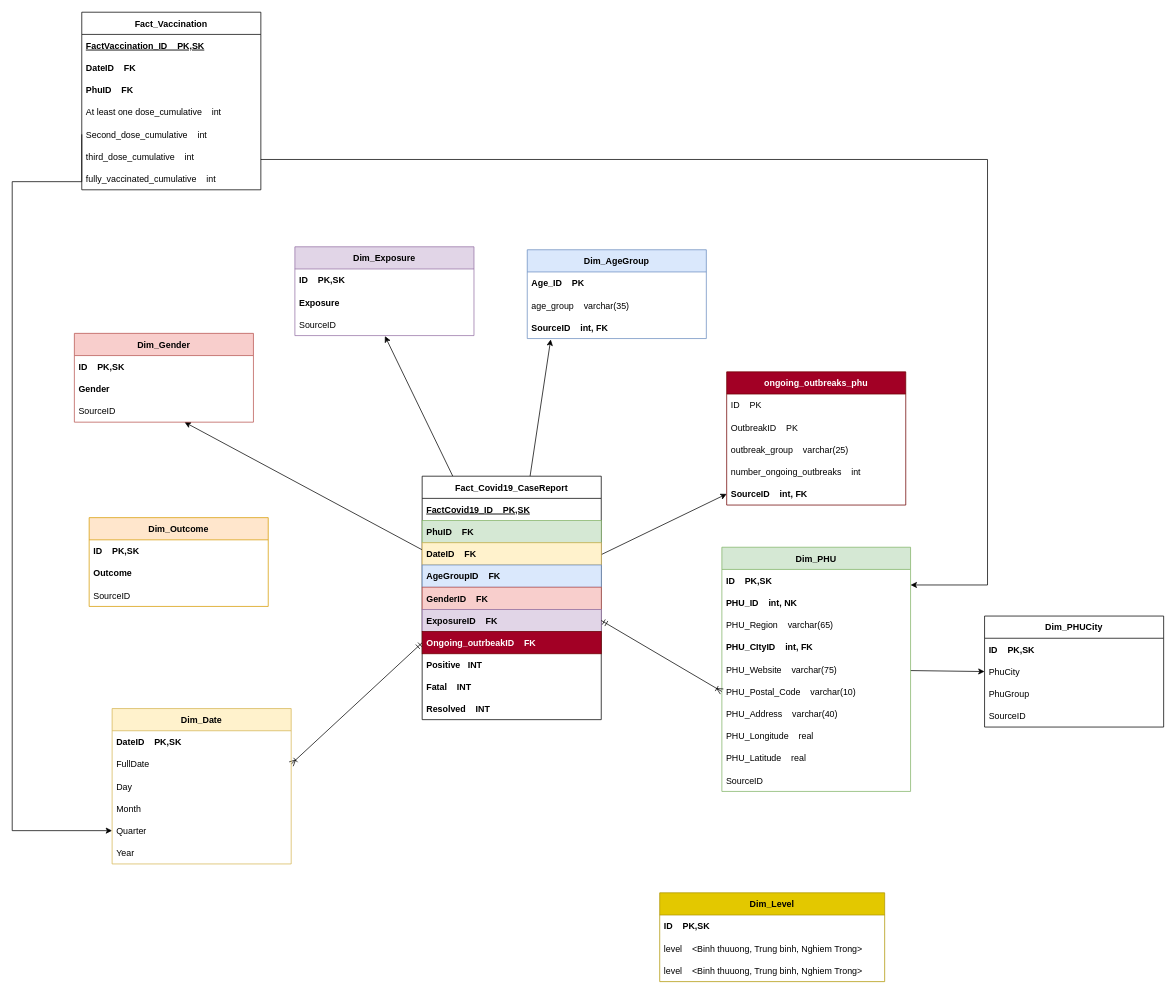
Before: page "Page-10" (10 of 10) of diagram/db-diagram-LT.drawio in tonsisouvanh/SSIS-SSAS-BI09-Assignment, a draw.io diagram. Source tidied: cells renumbered, new cells numbered last; positions are measured from the earlier drawing's top-left corner, leaving out a move shared by most shapes. Both pictures are drawn from the tidied source at 74%, with x=0, y=0 at pixel (12, 12).
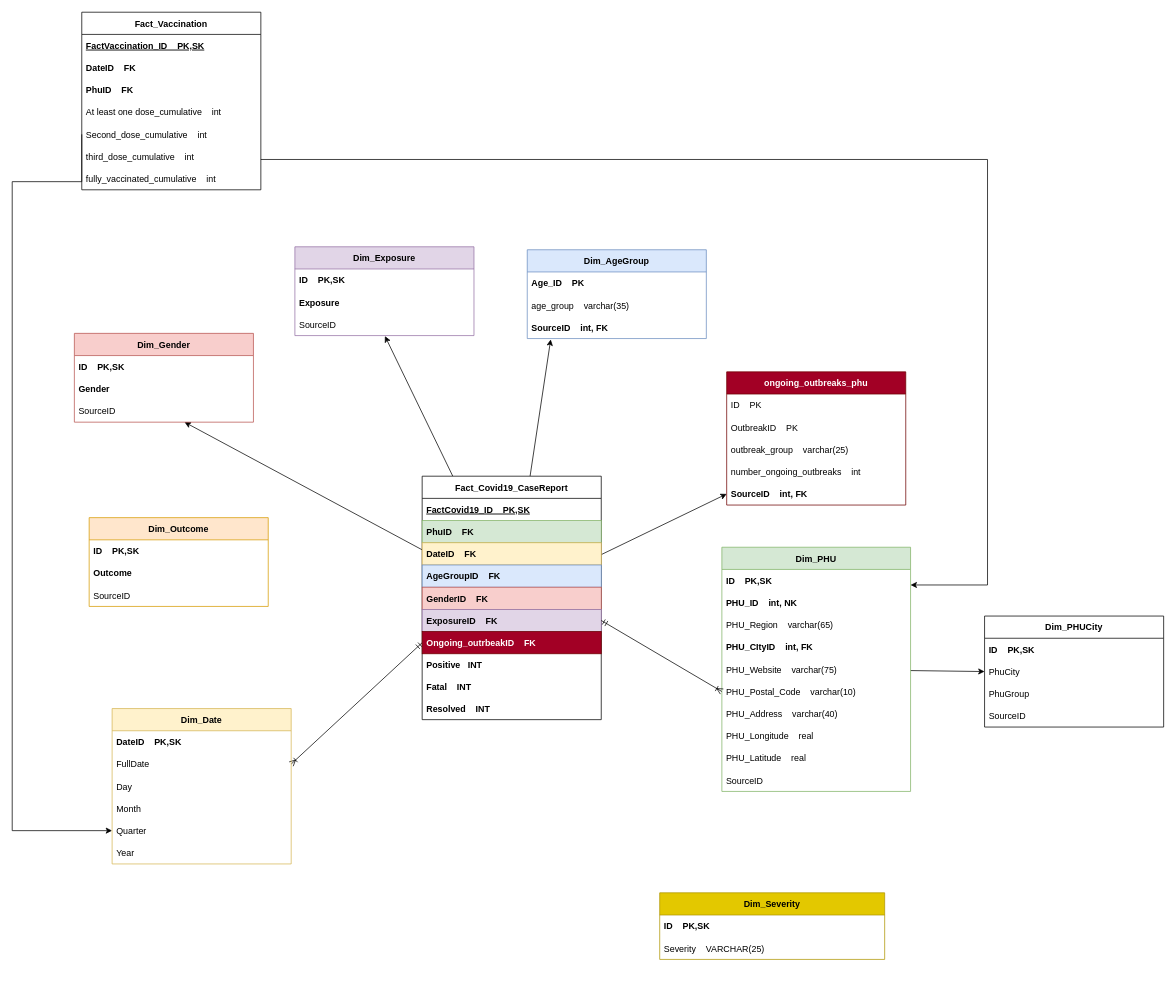
The same page after the edit.

Diff of the diagram source:
```diff
@@
-    <mxCell id="68" value="Dim_Level" style="swimlane;fontStyle=1;horizontal=1;startSize=30;fillColor=#e3c800;strokeColor=#B09500;fontColor=#000000;" parent="1" vertex="1">
-      <mxGeometry x="875" y="1190" width="304" height="120" as="geometry" />
+    <mxCell id="68" value="Dim_Severity" style="swimlane;fontStyle=1;horizontal=1;startSize=30;fillColor=#e3c800;strokeColor=#B09500;fontColor=#000000;" parent="1" vertex="1">
+      <mxGeometry x="875" y="1190" width="304" height="90" as="geometry" />
     </mxCell>
@@
-    <mxCell id="70" value="level    &lt;Binh thuuong, Trung binh, Nghiem Trong&gt;" style="text;align=left;verticalAlign=middle;spacingLeft=4;spacingRight=4;overflow=hidden;fontStyle=0;" parent="68" vertex="1">
+    <mxCell id="70" value="Severity    VARCHAR(25)" style="text;align=left;verticalAlign=middle;spacingLeft=4;spacingRight=4;overflow=hidden;fontStyle=0;" parent="68" vertex="1">
       <mxGeometry y="60" width="304" height="30" as="geometry" />
     </mxCell>
-    <mxCell id="71" value="level    &lt;Binh thuuong, Trung binh, Nghiem Trong&gt;" style="text;align=left;verticalAlign=middle;spacingLeft=4;spacingRight=4;overflow=hidden;fontStyle=0;" parent="68" vertex="1">
-      <mxGeometry y="90" width="304" height="30" as="geometry" />
-    </mxCell>
```
